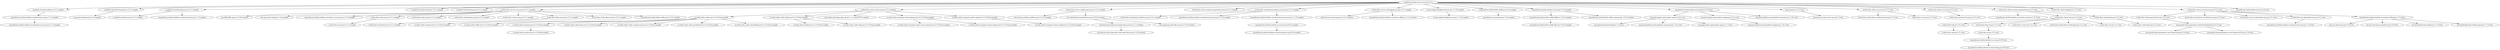
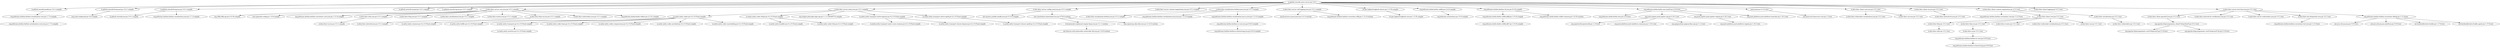
digraph "io.github.oewntk:oewn-server:jar:3.0.1" {
	"io.github.oewntk:oewn-server:jar:3.0.1" -> "io.github.oewntk:model:jar:3.0.1:compile" ;
	"io.github.oewntk:oewn-server:jar:3.0.1" -> "io.github.oewntk:fromyaml:jar:3.0.1:compile" ;
	"io.github.oewntk:oewn-server:jar:3.0.1" -> "io.github.oewntk:fromjson:jar:3.0.1:compile" ;
	"io.github.oewntk:oewn-server:jar:3.0.1" -> "io.github.oewntk:toyaml:jar:3.0.1:compile" ;
	"io.github.oewntk:oewn-server:jar:3.0.1" -> "io.github.oewntk:tojson:jar:3.0.1:compile" ;
	"io.github.oewntk:oewn-server:jar:3.0.1" -> "io.ktor:ktor-server-core-jvm:jar:3.5.1:compile" ;
	"io.github.oewntk:oewn-server:jar:3.0.1" -> "io.ktor:ktor-server-netty-jvm:jar:3.5.1:compile" ;
	"io.github.oewntk:oewn-server:jar:3.0.1" -> "io.ktor:ktor-server-config-yaml-jvm:jar:3.5.1:compile" ;
	"io.github.oewntk:oewn-server:jar:3.0.1" -> "io.ktor:ktor-server-content-negotiation-jvm:jar:3.5.1:compile" ;
	"io.github.oewntk:oewn-server:jar:3.0.1" -> "io.ktor:ktor-serialization-kotlinx-json-jvm:jar:3.5.1:compile" ;
	"io.github.oewntk:oewn-server:jar:3.0.1" -> "io.ktor:ktor-server-call-logging-jvm:jar:3.5.1:compile" ;
	"io.github.oewntk:oewn-server:jar:3.0.1" -> "ch.qos.logback:logback-classic:jar:1.5.35:compile" ;
	"io.github.oewntk:oewn-server:jar:3.0.1" -> "org.jetbrains.kotlin:kotlin-stdlib:jar:2.4.0:compile" ;
	"io.github.oewntk:oewn-server:jar:3.0.1" -> "org.jetbrains.kotlinx:kotlinx-cli-jvm:jar:0.3.6:compile" ;
	"io.github.oewntk:oewn-server:jar:3.0.1" -> "org.jetbrains.kotlin:kotlin-test-junit5:jar:2.4.0:test" ;
	"io.github.oewntk:oewn-server:jar:3.0.1" -> "junit:junit:jar:4.13.2:test" ;
	"io.github.oewntk:oewn-server:jar:3.0.1" -> "io.ktor:ktor-client-core-jvm:jar:3.5.1:test" ;
	"io.github.oewntk:oewn-server:jar:3.0.1" -> "io.ktor:ktor-client-cio-jvm:jar:3.5.1:test" ;
	"io.github.oewntk:oewn-server:jar:3.0.1" -> "io.ktor:ktor-client-content-negotiation:jar:3.5.1:test" ;
	"io.github.oewntk:oewn-server:jar:3.0.1" -> "io.ktor:ktor-client-logging:jar:3.5.1:test" ;
	"io.github.oewntk:oewn-server:jar:3.0.1" -> "io.ktor:ktor-server-test-host-jvm:jar:3.5.1:test" ;
- 	"io.github.oewntk:oewn-server:jar:3.0.1" -> "org.jetbrains.kotlin:kotlin-test:jar:2.4.0:test" ;
	"io.github.oewntk:model:jar:3.0.1:compile" -> "org.jetbrains.kotlinx:kotlinx-serialization-core:jar:1.7.3:compile" ;
	"org.jetbrains.kotlinx:kotlinx-serialization-core:jar:1.7.3:compile" -> "org.jetbrains.kotlinx:kotlinx-serialization-core-jvm:jar:1.7.3:compile" ;
	"io.github.oewntk:fromyaml:jar:3.0.1:compile" -> "org.yaml:snakeyaml:jar:2.6:compile" ;
	"io.github.oewntk:fromjson:jar:3.0.1:compile" -> "io.github.oewntk:json:jar:3.0.1:compile" ;
	"io.github.oewntk:fromjson:jar:3.0.1:compile" -> "org.jetbrains.kotlinx:kotlinx-serialization-json:jar:1.7.3:compile" ;
	"io.ktor:ktor-server-core-jvm:jar:3.5.1:compile" -> "org.slf4j:slf4j-api:jar:2.0.18:compile" ;
	"io.ktor:ktor-server-core-jvm:jar:3.5.1:compile" -> "com.typesafe:config:jar:1.4.9:compile" ;
	"io.ktor:ktor-server-core-jvm:jar:3.5.1:compile" -> "org.jetbrains.kotlinx:kotlinx-coroutines-core-jvm:jar:1.11.0:compile" ;
	"io.ktor:ktor-server-core-jvm:jar:3.5.1:compile" -> "io.ktor:ktor-utils-jvm:jar:3.5.1:compile" ;
	"io.ktor:ktor-server-core-jvm:jar:3.5.1:compile" -> "io.ktor:ktor-http-jvm:jar:3.5.1:compile" ;
	"io.ktor:ktor-server-core-jvm:jar:3.5.1:compile" -> "io.ktor:ktor-serialization-jvm:jar:3.5.1:compile" ;
	"io.ktor:ktor-server-core-jvm:jar:3.5.1:compile" -> "io.ktor:ktor-events-jvm:jar:3.5.1:compile" ;
	"io.ktor:ktor-server-core-jvm:jar:3.5.1:compile" -> "io.ktor:ktor-http-cio-jvm:jar:3.5.1:compile" ;
	"io.ktor:ktor-server-core-jvm:jar:3.5.1:compile" -> "io.ktor:ktor-websockets-jvm:jar:3.5.1:compile" ;
	"io.ktor:ktor-server-core-jvm:jar:3.5.1:compile" -> "org.jetbrains.kotlin:kotlin-reflect:jar:2.3.21:compile" ;
	"io.ktor:ktor-utils-jvm:jar:3.5.1:compile" -> "io.ktor:ktor-io-jvm:jar:3.5.1:compile" ;
	"io.ktor:ktor-http-cio-jvm:jar:3.5.1:compile" -> "io.ktor:ktor-network-jvm:jar:3.5.1:compile" ;
	"io.ktor:ktor-server-netty-jvm:jar:3.5.1:compile" -> "io.netty:netty-codec:jar:4.2.15.Final:compile" ;
	"io.ktor:ktor-server-netty-jvm:jar:3.5.1:compile" -> "io.netty:netty-codec-http2:jar:4.2.15.Final:compile" ;
	"io.ktor:ktor-server-netty-jvm:jar:3.5.1:compile" -> "org.eclipse.jetty.alpn:alpn-api:jar:1.1.3.v20160715:compile" ;
	"io.ktor:ktor-server-netty-jvm:jar:3.5.1:compile" -> "io.netty:netty-transport-native-kqueue:jar:4.2.15.Final:compile" ;
	"io.ktor:ktor-server-netty-jvm:jar:3.5.1:compile" -> "io.netty:netty-transport-native-epoll:jar:4.2.15.Final:compile" ;
	"io.netty:netty-codec:jar:4.2.15.Final:compile" -> "io.netty:netty-common:jar:4.2.15.Final:compile" ;
	"io.netty:netty-codec:jar:4.2.15.Final:compile" -> "io.netty:netty-buffer:jar:4.2.15.Final:compile" ;
	"io.netty:netty-codec:jar:4.2.15.Final:compile" -> "io.netty:netty-transport:jar:4.2.15.Final:compile" ;
	"io.netty:netty-codec:jar:4.2.15.Final:compile" -> "io.netty:netty-codec-base:jar:4.2.15.Final:compile" ;
	"io.netty:netty-codec:jar:4.2.15.Final:compile" -> "io.netty:netty-codec-compression:jar:4.2.15.Final:compile" ;
	"io.netty:netty-codec:jar:4.2.15.Final:compile" -> "io.netty:netty-codec-protobuf:jar:4.2.15.Final:compile" ;
	"io.netty:netty-codec:jar:4.2.15.Final:compile" -> "io.netty:netty-codec-marshalling:jar:4.2.15.Final:compile" ;
	"io.netty:netty-transport:jar:4.2.15.Final:compile" -> "io.netty:netty-resolver:jar:4.2.15.Final:compile" ;
	"io.netty:netty-codec-http2:jar:4.2.15.Final:compile" -> "io.netty:netty-handler:jar:4.2.15.Final:compile" ;
	"io.netty:netty-codec-http2:jar:4.2.15.Final:compile" -> "io.netty:netty-codec-http:jar:4.2.15.Final:compile" ;
	"io.netty:netty-transport-native-kqueue:jar:4.2.15.Final:compile" -> "io.netty:netty-transport-native-unix-common:jar:4.2.15.Final:compile" ;
	"io.netty:netty-transport-native-kqueue:jar:4.2.15.Final:compile" -> "io.netty:netty-transport-classes-kqueue:jar:4.2.15.Final:compile" ;
	"io.netty:netty-transport-native-epoll:jar:4.2.15.Final:compile" -> "io.netty:netty-transport-classes-epoll:jar:4.2.15.Final:compile" ;
	"io.ktor:ktor-server-config-yaml-jvm:jar:3.5.1:compile" -> "net.mamoe.yamlkt:yamlkt-jvm:jar:0.13.0:compile" ;
	"io.ktor:ktor-server-config-yaml-jvm:jar:3.5.1:compile" -> "com.charleskorn.kaml:kaml-jvm:jar:0.79.0:runtime" ;
	"com.charleskorn.kaml:kaml-jvm:jar:0.79.0:runtime" -> "it.krzeminski:snakeyaml-engine-kmp-jvm:jar:3.1.1:runtime" ;
	"com.charleskorn.kaml:kaml-jvm:jar:0.79.0:runtime" -> "com.squareup.okio:okio-jvm:jar:3.12.0:runtime" ;
	"it.krzeminski:snakeyaml-engine-kmp-jvm:jar:3.1.1:runtime" -> "net.thauvin.erik.urlencoder:urlencoder-lib-jvm:jar:1.6.0:runtime" ;
	"io.ktor:ktor-serialization-kotlinx-json-jvm:jar:3.5.1:compile" -> "io.ktor:ktor-serialization-kotlinx-jvm:jar:3.5.1:compile" ;
	"io.ktor:ktor-serialization-kotlinx-json-jvm:jar:3.5.1:compile" -> "org.jetbrains.kotlinx:kotlinx-serialization-json-jvm:jar:1.11.0:compile" ;
	"io.ktor:ktor-serialization-kotlinx-json-jvm:jar:3.5.1:compile" -> "org.jetbrains.kotlinx:kotlinx-serialization-json-io-jvm:jar:1.11.0:compile" ;
	"org.jetbrains.kotlinx:kotlinx-serialization-json-io-jvm:jar:1.11.0:compile" -> "org.jetbrains.kotlinx:kotlinx-io-core-jvm:jar:0.6.0:compile" ;
	"org.jetbrains.kotlinx:kotlinx-io-core-jvm:jar:0.6.0:compile" -> "org.jetbrains.kotlinx:kotlinx-io-bytestring-jvm:jar:0.6.0:compile" ;
	"io.ktor:ktor-server-call-logging-jvm:jar:3.5.1:compile" -> "org.fusesource.jansi:jansi:jar:2.4.3:runtime" ;
	"io.ktor:ktor-server-call-logging-jvm:jar:3.5.1:compile" -> "org.jetbrains.kotlinx:kotlinx-coroutines-slf4j:jar:1.11.0:runtime" ;
	"ch.qos.logback:logback-classic:jar:1.5.35:compile" -> "ch.qos.logback:logback-core:jar:1.5.35:compile" ;
	"org.jetbrains.kotlin:kotlin-stdlib:jar:2.4.0:compile" -> "org.jetbrains:annotations:jar:13.0:compile" ;
	"org.jetbrains.kotlinx:kotlinx-cli-jvm:jar:0.3.6:compile" -> "org.jetbrains.kotlin:kotlin-stdlib-jdk8:jar:1.9.10:compile" ;
	"org.jetbrains.kotlinx:kotlinx-cli-jvm:jar:0.3.6:compile" -> "org.jetbrains.kotlin:kotlin-stdlib-common:jar:1.9.10:runtime" ;
	"org.jetbrains.kotlin:kotlin-stdlib-jdk8:jar:1.9.10:compile" -> "org.jetbrains.kotlin:kotlin-stdlib-jdk7:jar:1.9.10:compile" ;
+ 	"org.jetbrains.kotlin:kotlin-test-junit5:jar:2.4.0:test" -> "org.jetbrains.kotlin:kotlin-test:jar:2.4.0:test" ;
	"org.jetbrains.kotlin:kotlin-test-junit5:jar:2.4.0:test" -> "org.junit.jupiter:junit-jupiter-api:jar:5.10.1:test" ;
	"org.jetbrains.kotlin:kotlin-test-junit5:jar:2.4.0:test" -> "org.junit.jupiter:junit-jupiter-engine:jar:5.10.1:test" ;
	"org.jetbrains.kotlin:kotlin-test-junit5:jar:2.4.0:test" -> "org.junit.platform:junit-platform-launcher:jar:1.10.1:test" ;
	"org.junit.jupiter:junit-jupiter-api:jar:5.10.1:test" -> "org.opentest4j:opentest4j:jar:1.3.0:test" ;
	"org.junit.jupiter:junit-jupiter-api:jar:5.10.1:test" -> "org.junit.platform:junit-platform-commons:jar:1.10.1:test" ;
	"org.junit.jupiter:junit-jupiter-api:jar:5.10.1:test" -> "org.apiguardian:apiguardian-api:jar:1.1.2:test" ;
	"org.junit.jupiter:junit-jupiter-engine:jar:5.10.1:test" -> "org.junit.platform:junit-platform-engine:jar:1.10.1:test" ;
	"junit:junit:jar:4.13.2:test" -> "org.hamcrest:hamcrest-core:jar:1.3:test" ;
	"io.ktor:ktor-client-core-jvm:jar:3.5.1:test" -> "io.ktor:ktor-websocket-serialization-jvm:jar:3.5.1:test" ;
	"io.ktor:ktor-client-core-jvm:jar:3.5.1:test" -> "io.ktor:ktor-sse-jvm:jar:3.5.1:test" ;
	"io.ktor:ktor-client-cio-jvm:jar:3.5.1:test" -> "io.ktor:ktor-network-tls-jvm:jar:3.5.1:test" ;
	"io.ktor:ktor-client-content-negotiation:jar:3.5.1:test" -> "org.jetbrains.kotlinx:kotlinx-coroutines-core:jar:1.11.0:test" ;
	"io.ktor:ktor-client-content-negotiation:jar:3.5.1:test" -> "io.ktor:ktor-client-core:jar:3.5.1:test" ;
	"io.ktor:ktor-client-content-negotiation:jar:3.5.1:test" -> "io.ktor:ktor-serialization:jar:3.5.1:test" ;
	"io.ktor:ktor-client-core:jar:3.5.1:test" -> "io.ktor:ktor-http:jar:3.5.1:test" ;
	"io.ktor:ktor-client-core:jar:3.5.1:test" -> "io.ktor:ktor-http-cio:jar:3.5.1:test" ;
	"io.ktor:ktor-client-core:jar:3.5.1:test" -> "io.ktor:ktor-events:jar:3.5.1:test" ;
	"io.ktor:ktor-client-core:jar:3.5.1:test" -> "io.ktor:ktor-websocket-serialization:jar:3.5.1:test" ;
	"io.ktor:ktor-client-core:jar:3.5.1:test" -> "io.ktor:ktor-sse:jar:3.5.1:test" ;
	"io.ktor:ktor-http:jar:3.5.1:test" -> "io.ktor:ktor-utils:jar:3.5.1:test" ;
	"io.ktor:ktor-http-cio:jar:3.5.1:test" -> "io.ktor:ktor-io:jar:3.5.1:test" ;
	"io.ktor:ktor-io:jar:3.5.1:test" -> "org.jetbrains.kotlinx:kotlinx-io-core:jar:0.9.0:test" ;
	"org.jetbrains.kotlinx:kotlinx-io-core:jar:0.9.0:test" -> "org.jetbrains.kotlinx:kotlinx-io-bytestring:jar:0.9.0:test" ;
	"io.ktor:ktor-serialization:jar:3.5.1:test" -> "io.ktor:ktor-websockets:jar:3.5.1:test" ;
	"io.ktor:ktor-server-test-host-jvm:jar:3.5.1:test" -> "io.ktor:ktor-client-apache5-jvm:jar:3.5.1:test" ;
	"io.ktor:ktor-server-test-host-jvm:jar:3.5.1:test" -> "io.ktor:ktor-network-tls-certificates-jvm:jar:3.5.1:test" ;
	"io.ktor:ktor-server-test-host-jvm:jar:3.5.1:test" -> "io.ktor:ktor-server-websockets-jvm:jar:3.5.1:test" ;
	"io.ktor:ktor-server-test-host-jvm:jar:3.5.1:test" -> "io.ktor:ktor-test-dispatcher-jvm:jar:3.5.1:test" ;
	"io.ktor:ktor-server-test-host-jvm:jar:3.5.1:test" -> "org.jetbrains.kotlinx:kotlinx-coroutines-debug:jar:1.11.0:test" ;
	"io.ktor:ktor-client-apache5-jvm:jar:3.5.1:test" -> "org.apache.httpcomponents.client5:httpclient5:jar:5.5.1:test" ;
	"org.apache.httpcomponents.client5:httpclient5:jar:5.5.1:test" -> "org.apache.httpcomponents.core5:httpcore5:jar:5.3.6:test" ;
	"org.apache.httpcomponents.client5:httpclient5:jar:5.5.1:test" -> "org.apache.httpcomponents.core5:httpcore5-h2:jar:5.3.6:test" ;
	"io.ktor:ktor-test-dispatcher-jvm:jar:3.5.1:test" -> "org.jetbrains.kotlinx:kotlinx-coroutines-test-jvm:jar:1.11.0:test" ;
	"org.jetbrains.kotlinx:kotlinx-coroutines-debug:jar:1.11.0:test" -> "net.java.dev.jna:jna:jar:5.9.0:test" ;
	"org.jetbrains.kotlinx:kotlinx-coroutines-debug:jar:1.11.0:test" -> "net.java.dev.jna:jna-platform:jar:5.9.0:test" ;
	"org.jetbrains.kotlinx:kotlinx-coroutines-debug:jar:1.11.0:test" -> "net.bytebuddy:byte-buddy:jar:1.17.6:test" ;
	"org.jetbrains.kotlinx:kotlinx-coroutines-debug:jar:1.11.0:test" -> "net.bytebuddy:byte-buddy-agent:jar:1.17.6:test" ;
 }